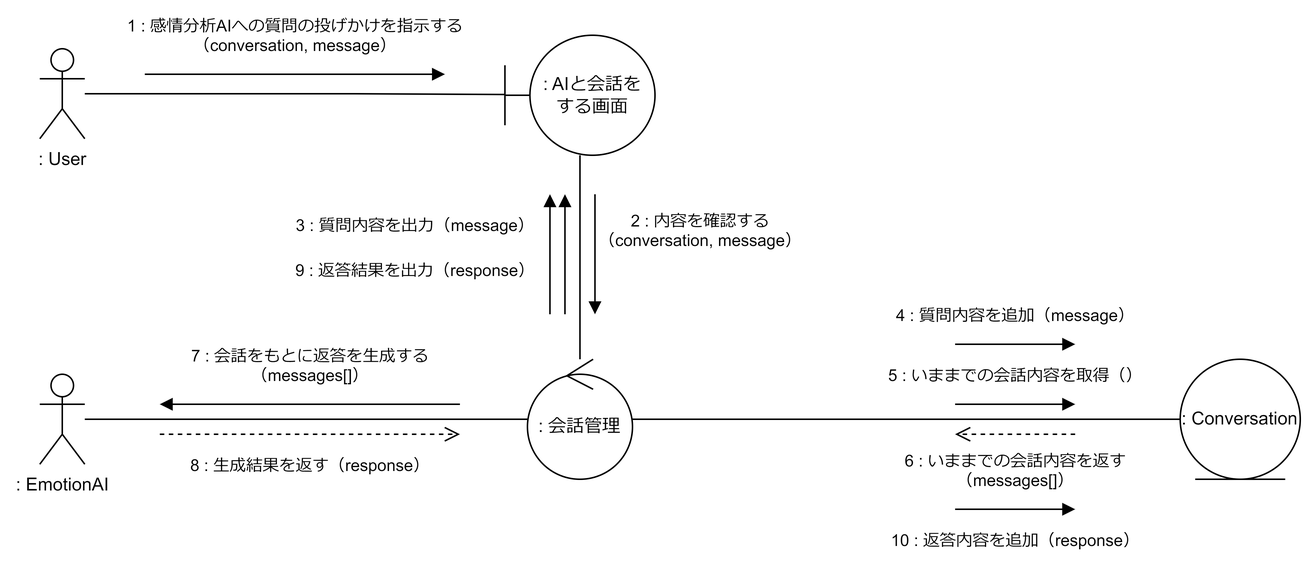
The draw.io diagram spec/figure_communication/export/#007_communication.png in ut42univ/EmoDialog, before a commit. Source tidied: cells renumbered, new cells last; positions are measured from the earlier drawing's top-left corner, leaving out a move shared by most shapes. The source it was exported from:
```xml
<mxGraphModel background="#ffffff">
  <root>
    <mxCell id="0" />
    <mxCell id="1" parent="0" />
    <mxCell id="2" style="edgeStyle=orthogonalEdgeStyle;html=1;entryX=-0.003;entryY=0.494;entryDx=0;entryDy=0;entryPerimeter=0;rounded=0;endArrow=none;endFill=0;" parent="1" edge="1" source="3" target="5">
      <mxGeometry relative="1" as="geometry">
        <Array as="points">
          <mxPoint x="210" y="39" />
          <mxPoint x="210" y="39" />
        </Array>
      </mxGeometry>
    </mxCell>
    <mxCell id="3" value=": User" style="shape=umlActor;verticalLabelPosition=bottom;verticalAlign=top;html=1;outlineConnect=0;" parent="1" vertex="1">
      <mxGeometry y="9" width="30" height="60" as="geometry" />
    </mxCell>
    <mxCell id="4" style="edgeStyle=orthogonalEdgeStyle;rounded=0;html=1;endArrow=none;endFill=0;" parent="1" edge="1" source="5" target="9">
      <mxGeometry relative="1" as="geometry" />
    </mxCell>
    <mxCell id="5" value=": AIと会話を&lt;br&gt;する画面" style="shape=umlBoundary;whiteSpace=wrap;html=1;" parent="1" vertex="1">
      <mxGeometry x="310" width="100" height="80" as="geometry" />
    </mxCell>
    <mxCell id="6" value="1 : 感情分析AIへの質問の投げかけを指示する&lt;br&gt;（conversation, message）" style="html=1;verticalAlign=bottom;endArrow=block;rounded=0;" parent="1" edge="1">
      <mxGeometry y="10" relative="1" as="geometry">
        <mxPoint x="70" y="26" as="sourcePoint" />
        <mxPoint x="270" y="26" as="targetPoint" />
      </mxGeometry>
    </mxCell>
    <mxCell id="7" style="edgeStyle=none;html=1;entryX=0;entryY=0.5;entryDx=0;entryDy=0;endArrow=none;endFill=0;" parent="1" edge="1" source="9" target="11">
      <mxGeometry relative="1" as="geometry" />
    </mxCell>
    <mxCell id="8" style="edgeStyle=none;html=1;rounded=0;endArrow=none;endFill=0;" parent="1" edge="1" source="9" target="16">
      <mxGeometry relative="1" as="geometry" />
    </mxCell>
    <mxCell id="9" value=": 会話管理" style="ellipse;shape=umlControl;whiteSpace=wrap;html=1;" parent="1" vertex="1">
      <mxGeometry x="325" y="216" width="70" height="80" as="geometry" />
    </mxCell>
    <mxCell id="10" value="2 : 内容を確認する&lt;br&gt;（conversation, message）" style="html=1;verticalAlign=bottom;endArrow=block;rounded=0;" parent="1" edge="1">
      <mxGeometry y="70" relative="1" as="geometry">
        <mxPoint x="370" y="106" as="sourcePoint" />
        <mxPoint x="370" y="186" as="targetPoint" />
      </mxGeometry>
    </mxCell>
    <mxCell id="11" value=": Conversation" style="ellipse;shape=umlEntity;whiteSpace=wrap;html=1;" parent="1" vertex="1">
      <mxGeometry x="760" y="216" width="80" height="80" as="geometry" />
    </mxCell>
    <mxCell id="12" value="9 : 返答結果を出力（response）" style="html=1;verticalAlign=bottom;endArrow=block;rounded=0;" parent="1" edge="1">
      <mxGeometry x="-0.5" y="100" relative="1" as="geometry">
        <mxPoint x="350" y="186" as="sourcePoint" />
        <mxPoint x="350" y="106" as="targetPoint" />
      </mxGeometry>
    </mxCell>
    <mxCell id="13" value="4 : 質問内容を追加（message）" style="html=1;verticalAlign=bottom;endArrow=block;rounded=0;" parent="1" edge="1">
      <mxGeometry y="10" relative="1" as="geometry">
        <mxPoint x="610" y="206" as="sourcePoint" />
        <mxPoint x="690" y="206" as="targetPoint" />
      </mxGeometry>
    </mxCell>
    <mxCell id="14" value="5 : いままでの会話内容を取得（）" style="html=1;verticalAlign=bottom;endArrow=block;rounded=0;" parent="1" edge="1">
      <mxGeometry y="10" relative="1" as="geometry">
        <mxPoint x="610" y="246" as="sourcePoint" />
        <mxPoint x="690" y="246" as="targetPoint" />
      </mxGeometry>
    </mxCell>
    <mxCell id="15" value="6 : いままでの会話内容を返す&lt;br&gt;（messages[]）" style="html=1;verticalAlign=bottom;endArrow=open;dashed=1;endSize=8;rounded=0;" parent="1" edge="1">
      <mxGeometry y="40" relative="1" as="geometry">
        <mxPoint x="690" y="266" as="sourcePoint" />
        <mxPoint x="610" y="266" as="targetPoint" />
      </mxGeometry>
    </mxCell>
    <mxCell id="16" value=": EmotionAI" style="shape=umlActor;verticalLabelPosition=bottom;verticalAlign=top;html=1;" parent="1" vertex="1">
      <mxGeometry y="226" width="30" height="60" as="geometry" />
    </mxCell>
    <mxCell id="17" value="7 : 会話をもとに返答を生成する&lt;br&gt;（messages[]）" style="html=1;verticalAlign=bottom;endArrow=block;rounded=0;" parent="1" edge="1">
      <mxGeometry y="-10" relative="1" as="geometry">
        <mxPoint x="280" y="246" as="sourcePoint" />
        <mxPoint x="80" y="246" as="targetPoint" />
      </mxGeometry>
    </mxCell>
    <mxCell id="18" value="8 : 生成結果を返す（response）" style="html=1;verticalAlign=bottom;endArrow=open;dashed=1;endSize=8;rounded=0;" parent="1" edge="1">
      <mxGeometry y="-30" relative="1" as="geometry">
        <mxPoint x="80" y="266" as="sourcePoint" />
        <mxPoint x="280" y="266" as="targetPoint" />
      </mxGeometry>
    </mxCell>
    <mxCell id="19" value="3 : 質問内容を出力（message）" style="html=1;verticalAlign=bottom;endArrow=block;rounded=0;" parent="1" edge="1">
      <mxGeometry x="0.25" y="90" relative="1" as="geometry">
        <mxPoint x="340" y="186" as="sourcePoint" />
        <mxPoint x="340" y="106" as="targetPoint" />
      </mxGeometry>
    </mxCell>
    <mxCell id="20" value="10 : 返答内容を追加（response）" style="html=1;verticalAlign=bottom;endArrow=block;rounded=0;" parent="1" edge="1">
      <mxGeometry y="-30" relative="1" as="geometry">
        <mxPoint x="610" y="316" as="sourcePoint" />
        <mxPoint x="690" y="316" as="targetPoint" />
      </mxGeometry>
    </mxCell>
  </root>
</mxGraphModel>
```
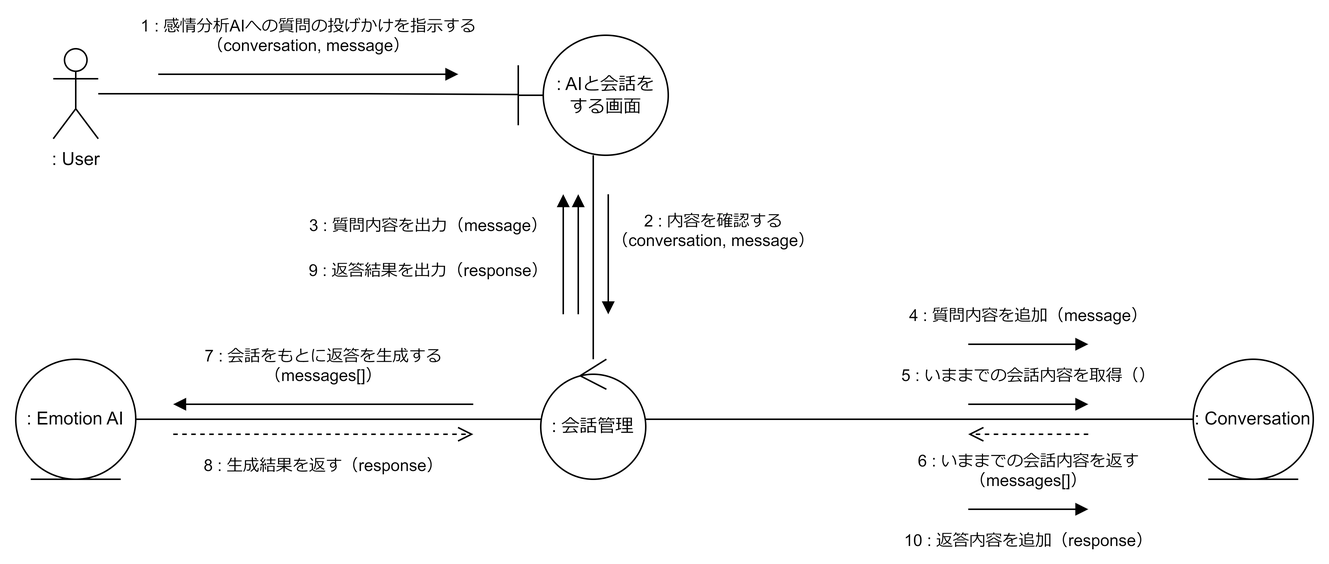
The same file after the commit.

Change to the diagram source:
```diff
@@ -28,7 +28,7 @@
     <mxCell id="7" style="edgeStyle=none;html=1;entryX=0;entryY=0.5;entryDx=0;entryDy=0;endArrow=none;endFill=0;" parent="1" edge="1" source="9" target="11">
       <mxGeometry relative="1" as="geometry" />
     </mxCell>
-    <mxCell id="8" style="edgeStyle=none;html=1;rounded=0;endArrow=none;endFill=0;" parent="1" edge="1" source="9" target="16">
+    <mxCell id="8" style="edgeStyle=none;html=1;rounded=0;endArrow=none;endFill=0;" parent="1" edge="1" source="9" target="21">
       <mxGeometry relative="1" as="geometry" />
     </mxCell>
     <mxCell id="9" value=": 会話管理" style="ellipse;shape=umlControl;whiteSpace=wrap;html=1;" parent="1" vertex="1">
@@ -67,9 +67,6 @@
         <mxPoint x="610" y="266" as="targetPoint" />
       </mxGeometry>
     </mxCell>
-    <mxCell id="16" value=": EmotionAI" style="shape=umlActor;verticalLabelPosition=bottom;verticalAlign=top;html=1;" parent="1" vertex="1">
-      <mxGeometry y="226" width="30" height="60" as="geometry" />
-    </mxCell>
     <mxCell id="17" value="7 : 会話をもとに返答を生成する&lt;br&gt;（messages[]）" style="html=1;verticalAlign=bottom;endArrow=block;rounded=0;" parent="1" edge="1">
       <mxGeometry y="-10" relative="1" as="geometry">
         <mxPoint x="280" y="246" as="sourcePoint" />
@@ -94,5 +91,8 @@
         <mxPoint x="690" y="316" as="targetPoint" />
       </mxGeometry>
     </mxCell>
+    <mxCell id="21" value=": Emotion AI" style="ellipse;shape=umlEntity;whiteSpace=wrap;html=1;" parent="1" vertex="1">
+      <mxGeometry x="-25" y="216" width="80" height="80" as="geometry" />
+    </mxCell>
   </root>
 </mxGraphModel>
```
